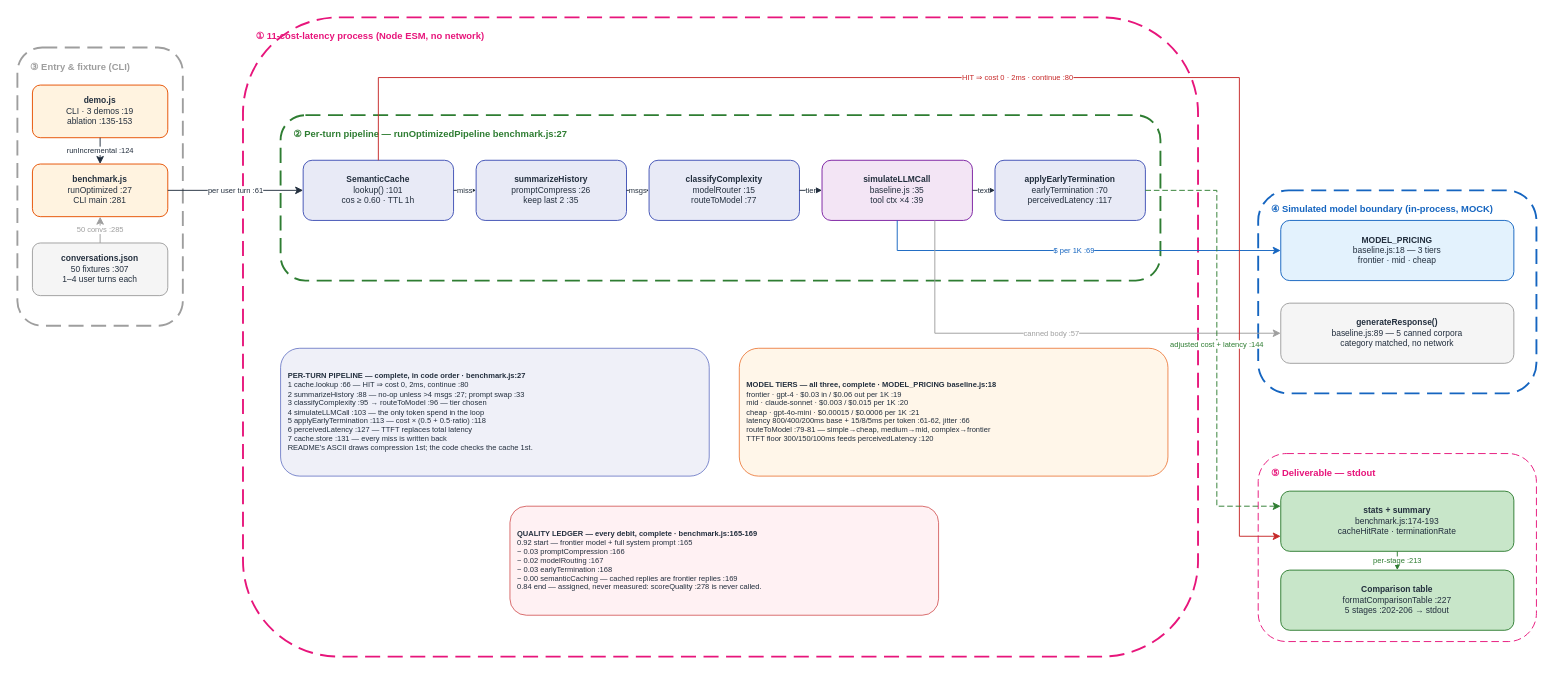
Above: docs/diagrams/cost_latency_v1/HOA_CostLatency_v1.drawio in gmaheshraju/Hands-on-AgenticAI (draw.io), before the change. Source tidied: cells renumbered, new cells numbered last; positions are measured from the earlier drawing's top-left corner, leaving out a move shared by most shapes. Both pictures are drawn from the tidied source at 94%, with x=0, y=0 at pixel (17, 17).
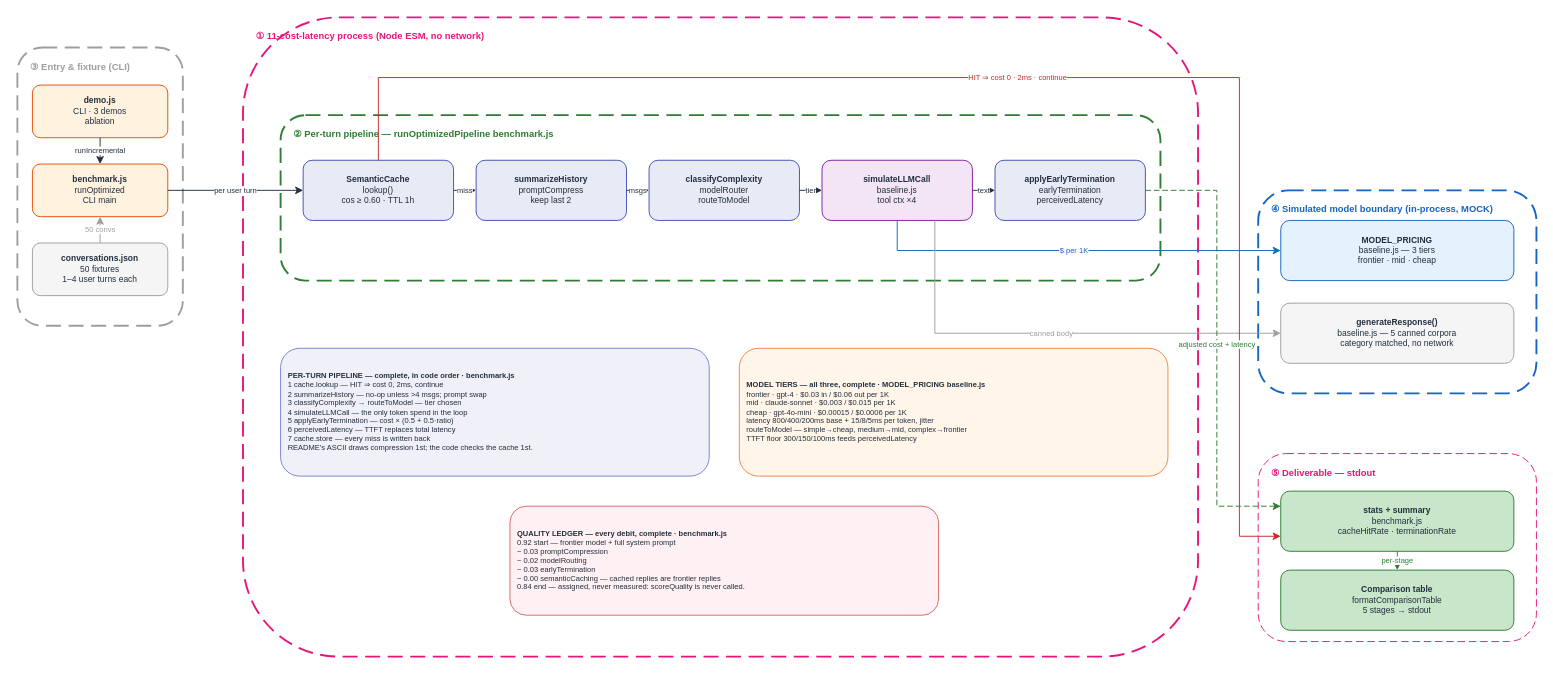
Above is the later version.

What changed in the source:
```diff
@@
-    <mxCell id="7" value="② Per-turn pipeline — runOptimizedPipeline benchmark.js:27" style="text;fontSize=10;fontStyle=1;fontColor=#2E7D32;align=left;html=1;whiteSpace=wrap;" parent="1" vertex="1">
+    <mxCell id="7" value="② Per-turn pipeline — runOptimizedPipeline benchmark.js" style="text;fontSize=10;fontStyle=1;fontColor=#2E7D32;align=left;html=1;whiteSpace=wrap;" parent="1" vertex="1">
       <mxGeometry x="292" y="112" width="920" height="16" as="geometry" />
     </mxCell>
@@
-    <mxCell id="12" value="&lt;b&gt;demo.js&lt;/b&gt;&lt;br&gt;CLI · 3 demos :19&lt;br&gt;ablation :135-153" style="rounded=1;fillColor=#FFF3E0;strokeColor=#E65100;fontSize=9;fontColor=#232F3E;html=1;whiteSpace=wrap;align=center;" parent="1" vertex="1">
+    <mxCell id="12" value="&lt;b&gt;demo.js&lt;/b&gt;&lt;br&gt;CLI · 3 demos&lt;br&gt;ablation" style="rounded=1;fillColor=#FFF3E0;strokeColor=#E65100;fontSize=9;fontColor=#232F3E;html=1;whiteSpace=wrap;align=center;" parent="1" vertex="1">
       <mxGeometry x="16" y="72" width="144" height="56" as="geometry" />
     </mxCell>
-    <mxCell id="13" value="&lt;b&gt;benchmark.js&lt;/b&gt;&lt;br&gt;runOptimized :27&lt;br&gt;CLI main :281" style="rounded=1;fillColor=#FFF3E0;strokeColor=#E65100;fontSize=9;fontColor=#232F3E;html=1;whiteSpace=wrap;align=center;" parent="1" vertex="1">
+    <mxCell id="13" value="&lt;b&gt;benchmark.js&lt;/b&gt;&lt;br&gt;runOptimized&lt;br&gt;CLI main" style="rounded=1;fillColor=#FFF3E0;strokeColor=#E65100;fontSize=9;fontColor=#232F3E;html=1;whiteSpace=wrap;align=center;" parent="1" vertex="1">
       <mxGeometry x="16" y="156" width="144" height="56" as="geometry" />
     </mxCell>
-    <mxCell id="14" value="&lt;b&gt;conversations.json&lt;/b&gt;&lt;br&gt;50 fixtures :307&lt;br&gt;1–4 user turns each" style="rounded=1;fillColor=#F5F5F5;strokeColor=#9E9E9E;fontSize=9;fontColor=#232F3E;html=1;whiteSpace=wrap;align=center;" parent="1" vertex="1">
+    <mxCell id="14" value="&lt;b&gt;conversations.json&lt;/b&gt;&lt;br&gt;50 fixtures&lt;br&gt;1–4 user turns each" style="rounded=1;fillColor=#F5F5F5;strokeColor=#9E9E9E;fontSize=9;fontColor=#232F3E;html=1;whiteSpace=wrap;align=center;" parent="1" vertex="1">
       <mxGeometry x="16" y="240" width="144" height="56" as="geometry" />
     </mxCell>
-    <mxCell id="15" value="&lt;b&gt;SemanticCache&lt;/b&gt;&lt;br&gt;lookup() :101&lt;br&gt;cos ≥ 0.60 · TTL 1h" style="rounded=1;fillColor=#E8EAF6;strokeColor=#3F51B5;fontSize=9;fontColor=#232F3E;html=1;whiteSpace=wrap;align=center;" parent="1" vertex="1">
+    <mxCell id="15" value="&lt;b&gt;SemanticCache&lt;/b&gt;&lt;br&gt;lookup()&lt;br&gt;cos ≥ 0.60 · TTL 1h" style="rounded=1;fillColor=#E8EAF6;strokeColor=#3F51B5;fontSize=9;fontColor=#232F3E;html=1;whiteSpace=wrap;align=center;" parent="1" vertex="1">
       <mxGeometry x="304" y="152" width="160" height="64" as="geometry" />
     </mxCell>
-    <mxCell id="16" value="&lt;b&gt;summarizeHistory&lt;/b&gt;&lt;br&gt;promptCompress :26&lt;br&gt;keep last 2 :35" style="rounded=1;fillColor=#E8EAF6;strokeColor=#3F51B5;fontSize=9;fontColor=#232F3E;html=1;whiteSpace=wrap;align=center;" parent="1" vertex="1">
+    <mxCell id="16" value="&lt;b&gt;summarizeHistory&lt;/b&gt;&lt;br&gt;promptCompress&lt;br&gt;keep last 2" style="rounded=1;fillColor=#E8EAF6;strokeColor=#3F51B5;fontSize=9;fontColor=#232F3E;html=1;whiteSpace=wrap;align=center;" parent="1" vertex="1">
       <mxGeometry x="488" y="152" width="160" height="64" as="geometry" />
     </mxCell>
-    <mxCell id="17" value="&lt;b&gt;classifyComplexity&lt;/b&gt;&lt;br&gt;modelRouter :15&lt;br&gt;routeToModel :77" style="rounded=1;fillColor=#E8EAF6;strokeColor=#3F51B5;fontSize=9;fontColor=#232F3E;html=1;whiteSpace=wrap;align=center;" parent="1" vertex="1">
+    <mxCell id="17" value="&lt;b&gt;classifyComplexity&lt;/b&gt;&lt;br&gt;modelRouter&lt;br&gt;routeToModel" style="rounded=1;fillColor=#E8EAF6;strokeColor=#3F51B5;fontSize=9;fontColor=#232F3E;html=1;whiteSpace=wrap;align=center;" parent="1" vertex="1">
       <mxGeometry x="672" y="152" width="160" height="64" as="geometry" />
     </mxCell>
-    <mxCell id="18" value="&lt;b&gt;simulateLLMCall&lt;/b&gt;&lt;br&gt;baseline.js :35&lt;br&gt;tool ctx ×4 :39" style="rounded=1;fillColor=#F3E5F5;strokeColor=#7B1FA2;fontSize=9;fontColor=#232F3E;html=1;whiteSpace=wrap;align=center;" parent="1" vertex="1">
+    <mxCell id="18" value="&lt;b&gt;simulateLLMCall&lt;/b&gt;&lt;br&gt;baseline.js&lt;br&gt;tool ctx ×4" style="rounded=1;fillColor=#F3E5F5;strokeColor=#7B1FA2;fontSize=9;fontColor=#232F3E;html=1;whiteSpace=wrap;align=center;" parent="1" vertex="1">
       <mxGeometry x="856" y="152" width="160" height="64" as="geometry" />
     </mxCell>
-    <mxCell id="19" value="&lt;b&gt;applyEarlyTermination&lt;/b&gt;&lt;br&gt;earlyTermination :70&lt;br&gt;perceivedLatency :117" style="rounded=1;fillColor=#E8EAF6;strokeColor=#3F51B5;fontSize=9;fontColor=#232F3E;html=1;whiteSpace=wrap;align=center;" parent="1" vertex="1">
+    <mxCell id="19" value="&lt;b&gt;applyEarlyTermination&lt;/b&gt;&lt;br&gt;earlyTermination&lt;br&gt;perceivedLatency" style="rounded=1;fillColor=#E8EAF6;strokeColor=#3F51B5;fontSize=9;fontColor=#232F3E;html=1;whiteSpace=wrap;align=center;" parent="1" vertex="1">
       <mxGeometry x="1040" y="152" width="160" height="64" as="geometry" />
     </mxCell>
-    <mxCell id="20" value="&lt;b&gt;MODEL_PRICING&lt;/b&gt;&lt;br&gt;baseline.js:18 — 3 tiers&lt;br&gt;frontier · mid · cheap" style="rounded=1;fillColor=#E3F2FD;strokeColor=#1565C0;fontSize=9;fontColor=#232F3E;html=1;whiteSpace=wrap;align=center;" parent="1" vertex="1">
+    <mxCell id="20" value="&lt;b&gt;MODEL_PRICING&lt;/b&gt;&lt;br&gt;baseline.js — 3 tiers&lt;br&gt;frontier · mid · cheap" style="rounded=1;fillColor=#E3F2FD;strokeColor=#1565C0;fontSize=9;fontColor=#232F3E;html=1;whiteSpace=wrap;align=center;" parent="1" vertex="1">
       <mxGeometry x="1344" y="216" width="248" height="64" as="geometry" />
     </mxCell>
-    <mxCell id="21" value="&lt;b&gt;generateResponse()&lt;/b&gt;&lt;br&gt;baseline.js:89 — 5 canned corpora&lt;br&gt;category matched, no network" style="rounded=1;fillColor=#F5F5F5;strokeColor=#9E9E9E;fontSize=9;fontColor=#232F3E;html=1;whiteSpace=wrap;align=center;" parent="1" vertex="1">
+    <mxCell id="21" value="&lt;b&gt;generateResponse()&lt;/b&gt;&lt;br&gt;baseline.js — 5 canned corpora&lt;br&gt;category matched, no network" style="rounded=1;fillColor=#F5F5F5;strokeColor=#9E9E9E;fontSize=9;fontColor=#232F3E;html=1;whiteSpace=wrap;align=center;" parent="1" vertex="1">
       <mxGeometry x="1344" y="304" width="248" height="64" as="geometry" />
     </mxCell>
-    <mxCell id="22" value="&lt;b&gt;stats + summary&lt;/b&gt;&lt;br&gt;benchmark.js:174-193&lt;br&gt;cacheHitRate · terminationRate" style="rounded=1;fillColor=#C8E6C9;strokeColor=#2E7D32;fontSize=9;fontColor=#232F3E;html=1;whiteSpace=wrap;align=center;" parent="1" vertex="1">
+    <mxCell id="22" value="&lt;b&gt;stats + summary&lt;/b&gt;&lt;br&gt;benchmark.js&lt;br&gt;cacheHitRate · terminationRate" style="rounded=1;fillColor=#C8E6C9;strokeColor=#2E7D32;fontSize=9;fontColor=#232F3E;html=1;whiteSpace=wrap;align=center;" parent="1" vertex="1">
       <mxGeometry x="1344" y="504" width="248" height="64" as="geometry" />
     </mxCell>
-    <mxCell id="23" value="&lt;b&gt;Comparison table&lt;/b&gt;&lt;br&gt;formatComparisonTable :227&lt;br&gt;5 stages :202-206 → stdout" style="rounded=1;fillColor=#C8E6C9;strokeColor=#2E7D32;fontSize=9;fontColor=#232F3E;html=1;whiteSpace=wrap;align=center;" parent="1" vertex="1">
+    <mxCell id="23" value="&lt;b&gt;Comparison table&lt;/b&gt;&lt;br&gt;formatComparisonTable&lt;br&gt;5 stages → stdout" style="rounded=1;fillColor=#C8E6C9;strokeColor=#2E7D32;fontSize=9;fontColor=#232F3E;html=1;whiteSpace=wrap;align=center;" parent="1" vertex="1">
       <mxGeometry x="1344" y="588" width="248" height="64" as="geometry" />
     </mxCell>
-    <mxCell id="24" value="&lt;b&gt;PER-TURN PIPELINE — complete, in code order · benchmark.js:27&lt;/b&gt;&lt;br&gt;1 cache.lookup :66 — HIT ⇒ cost 0, 2ms, continue :80&lt;br&gt;2 summarizeHistory :88 — no-op unless &amp;gt;4 msgs :27; prompt swap :33&lt;br&gt;3 classifyComplexity :95 → routeToModel :96 — tier chosen&lt;br&gt;4 simulateLLMCall :103 — the only token spend in the loop&lt;br&gt;5 applyEarlyTermination :113 — cost × (0.5 + 0.5·ratio) :118&lt;br&gt;6 perceivedLatency :127 — TTFT replaces total latency&lt;br&gt;7 cache.store :131 — every miss is written back&lt;br&gt;README's ASCII draws compression 1st; the code checks the cache 1st." style="rounded=1;fillColor=#E8EAF6;strokeColor=#3F51B5;fontSize=8;fontColor=#232F3E;html=1;whiteSpace=wrap;align=left;spacingLeft=6;opacity=70;" parent="1" vertex="1">
+    <mxCell id="24" value="&lt;b&gt;PER-TURN PIPELINE — complete, in code order · benchmark.js&lt;/b&gt;&lt;br&gt;1 cache.lookup — HIT ⇒ cost 0, 2ms, continue&lt;br&gt;2 summarizeHistory — no-op unless &amp;gt;4 msgs; prompt swap&lt;br&gt;3 classifyComplexity → routeToModel — tier chosen&lt;br&gt;4 simulateLLMCall — the only token spend in the loop&lt;br&gt;5 applyEarlyTermination — cost × (0.5 + 0.5·ratio)&lt;br&gt;6 perceivedLatency — TTFT replaces total latency&lt;br&gt;7 cache.store — every miss is written back&lt;br&gt;README's ASCII draws compression 1st; the code checks the cache 1st." style="rounded=1;fillColor=#E8EAF6;strokeColor=#3F51B5;fontSize=8;fontColor=#232F3E;html=1;whiteSpace=wrap;align=left;spacingLeft=6;opacity=70;" parent="1" vertex="1">
       <mxGeometry x="280" y="352" width="456" height="136" as="geometry" />
     </mxCell>
-    <mxCell id="25" value="&lt;b&gt;MODEL TIERS — all three, complete · MODEL_PRICING baseline.js:18&lt;/b&gt;&lt;br&gt;frontier · gpt-4 · $0.03 in / $0.06 out per 1K :19&lt;br&gt;mid · claude-sonnet · $0.003 / $0.015 per 1K :20&lt;br&gt;cheap · gpt-4o-mini · $0.00015 / $0.0006 per 1K :21&lt;br&gt;latency 800/400/200ms base + 15/8/5ms per token :61-62, jitter :66&lt;br&gt;routeToModel :79-81 — simple→cheap, medium→mid, complex→frontier&lt;br&gt;TTFT floor 300/150/100ms feeds perceivedLatency :120" style="rounded=1;fillColor=#FFF3E0;strokeColor=#E65100;fontSize=8;fontColor=#232F3E;html=1;whiteSpace=wrap;align=left;spacingLeft=6;opacity=70;" parent="1" vertex="1">
+    <mxCell id="25" value="&lt;b&gt;MODEL TIERS — all three, complete · MODEL_PRICING baseline.js&lt;/b&gt;&lt;br&gt;frontier · gpt-4 · $0.03 in / $0.06 out per 1K&lt;br&gt;mid · claude-sonnet · $0.003 / $0.015 per 1K&lt;br&gt;cheap · gpt-4o-mini · $0.00015 / $0.0006 per 1K&lt;br&gt;latency 800/400/200ms base + 15/8/5ms per token, jitter&lt;br&gt;routeToModel — simple→cheap, medium→mid, complex→frontier&lt;br&gt;TTFT floor 300/150/100ms feeds perceivedLatency" style="rounded=1;fillColor=#FFF3E0;strokeColor=#E65100;fontSize=8;fontColor=#232F3E;html=1;whiteSpace=wrap;align=left;spacingLeft=6;opacity=70;" parent="1" vertex="1">
       <mxGeometry x="768" y="352" width="456" height="136" as="geometry" />
     </mxCell>
-    <mxCell id="26" value="&lt;b&gt;QUALITY LEDGER — every debit, complete · benchmark.js:165-169&lt;/b&gt;&lt;br&gt;0.92 start — frontier model + full system prompt :165&lt;br&gt;− 0.03 promptCompression :166&lt;br&gt;− 0.02 modelRouting :167&lt;br&gt;− 0.03 earlyTermination :168&lt;br&gt;− 0.00 semanticCaching — cached replies are frontier replies :169&lt;br&gt;0.84 end — assigned, never measured: scoreQuality :278 is never called." style="rounded=1;fillColor=#FFEBEE;strokeColor=#C62828;fontSize=8;fontColor=#232F3E;html=1;whiteSpace=wrap;align=left;spacingLeft=6;opacity=70;" parent="1" vertex="1">
+    <mxCell id="26" value="&lt;b&gt;QUALITY LEDGER — every debit, complete · benchmark.js&lt;/b&gt;&lt;br&gt;0.92 start — frontier model + full system prompt&lt;br&gt;− 0.03 promptCompression&lt;br&gt;− 0.02 modelRouting&lt;br&gt;− 0.03 earlyTermination&lt;br&gt;− 0.00 semanticCaching — cached replies are frontier replies&lt;br&gt;0.84 end — assigned, never measured: scoreQuality is never called." style="rounded=1;fillColor=#FFEBEE;strokeColor=#C62828;fontSize=8;fontColor=#232F3E;html=1;whiteSpace=wrap;align=left;spacingLeft=6;opacity=70;" parent="1" vertex="1">
       <mxGeometry x="524" y="520" width="456" height="116" as="geometry" />
     </mxCell>
-    <mxCell id="27" value="runIncremental :124" style="edgeStyle=orthogonalEdgeStyle;rounded=0;html=1;strokeColor=#232F3E;fontColor=#232F3E;fontSize=8;exitX=0.5;exitY=1;exitDx=0;exitDy=0;entryX=0.5;entryY=0;entryDx=0;entryDy=0;" parent="1" edge="1" source="12" target="13">
+    <mxCell id="27" value="runIncremental" style="edgeStyle=orthogonalEdgeStyle;rounded=0;html=1;strokeColor=#232F3E;fontColor=#232F3E;fontSize=8;exitX=0.5;exitY=1;exitDx=0;exitDy=0;entryX=0.5;entryY=0;entryDx=0;entryDy=0;" parent="1" edge="1" source="12" target="13">
       <mxGeometry relative="1" as="geometry" />
     </mxCell>
-    <mxCell id="28" value="50 convs :285" style="edgeStyle=orthogonalEdgeStyle;rounded=0;html=1;strokeColor=#9E9E9E;fontColor=#9E9E9E;fontSize=8;exitX=0.5;exitY=0;exitDx=0;exitDy=0;entryX=0.5;entryY=1;entryDx=0;entryDy=0;" parent="1" edge="1" source="14" target="13">
+    <mxCell id="28" value="50 convs" style="edgeStyle=orthogonalEdgeStyle;rounded=0;html=1;strokeColor=#9E9E9E;fontColor=#9E9E9E;fontSize=8;exitX=0.5;exitY=0;exitDx=0;exitDy=0;entryX=0.5;entryY=1;entryDx=0;entryDy=0;" parent="1" edge="1" source="14" target="13">
       <mxGeometry relative="1" as="geometry" />
     </mxCell>
-    <mxCell id="29" value="per user turn :61" style="edgeStyle=orthogonalEdgeStyle;rounded=0;html=1;strokeColor=#232F3E;fontColor=#232F3E;fontSize=8;exitX=1;exitY=0.5;exitDx=0;exitDy=0;entryX=0;entryY=0.5;entryDx=0;entryDy=0;" parent="1" edge="1" source="13" target="15">
+    <mxCell id="29" value="per user turn" style="edgeStyle=orthogonalEdgeStyle;rounded=0;html=1;strokeColor=#232F3E;fontColor=#232F3E;fontSize=8;exitX=1;exitY=0.5;exitDx=0;exitDy=0;entryX=0;entryY=0.5;entryDx=0;entryDy=0;" parent="1" edge="1" source="13" target="15">
       <mxGeometry relative="1" as="geometry" />
     </mxCell>
@@
-    <mxCell id="34" value="$ per 1K :69" style="edgeStyle=orthogonalEdgeStyle;rounded=0;html=1;strokeColor=#1565C0;fontColor=#1565C0;fontSize=8;exitX=0.5;exitY=1;exitDx=0;exitDy=0;entryX=0;entryY=0.5;entryDx=0;entryDy=0;" parent="1" edge="1" source="18" target="20">
+    <mxCell id="34" value="$ per 1K" style="edgeStyle=orthogonalEdgeStyle;rounded=0;html=1;strokeColor=#1565C0;fontColor=#1565C0;fontSize=8;exitX=0.5;exitY=1;exitDx=0;exitDy=0;entryX=0;entryY=0.5;entryDx=0;entryDy=0;" parent="1" edge="1" source="18" target="20">
       <mxGeometry relative="1" as="geometry">
         <Array as="points">
           <mxPoint x="936" y="248" />
         </Array>
       </mxGeometry>
     </mxCell>
-    <mxCell id="35" value="canned body :57" style="edgeStyle=orthogonalEdgeStyle;rounded=0;html=1;strokeColor=#9E9E9E;fontColor=#9E9E9E;fontSize=8;exitX=0.75;exitY=1;exitDx=0;exitDy=0;entryX=0;entryY=0.5;entryDx=0;entryDy=0;" parent="1" edge="1" source="18" target="21">
+    <mxCell id="35" value="canned body" style="edgeStyle=orthogonalEdgeStyle;rounded=0;html=1;strokeColor=#9E9E9E;fontColor=#9E9E9E;fontSize=8;exitX=0.75;exitY=1;exitDx=0;exitDy=0;entryX=0;entryY=0.5;entryDx=0;entryDy=0;" parent="1" edge="1" source="18" target="21">
       <mxGeometry relative="1" as="geometry">
         <Array as="points">
           <mxPoint x="976" y="336" />
         </Array>
       </mxGeometry>
     </mxCell>
-    <mxCell id="36" value="HIT ⇒ cost 0 · 2ms · continue :80" style="edgeStyle=orthogonalEdgeStyle;rounded=0;html=1;strokeColor=#C62828;fontColor=#C62828;fontSize=8;exitX=0.5;exitY=0;exitDx=0;exitDy=0;entryX=0;entryY=0.75;entryDx=0;entryDy=0;" parent="1" edge="1" source="15" target="22">
+    <mxCell id="36" value="HIT ⇒ cost 0 · 2ms · continue" style="edgeStyle=orthogonalEdgeStyle;rounded=0;html=1;strokeColor=#C62828;fontColor=#C62828;fontSize=8;exitX=0.5;exitY=0;exitDx=0;exitDy=0;entryX=0;entryY=0.75;entryDx=0;entryDy=0;" parent="1" edge="1" source="15" target="22">
       <mxGeometry relative="1" as="geometry">
         <Array as="points">
           <mxPoint x="384" y="64" />
           <mxPoint x="1300" y="64" />
           <mxPoint x="1300" y="552" />
         </Array>
       </mxGeometry>
     </mxCell>
-    <mxCell id="37" value="adjusted cost + latency :144" style="edgeStyle=orthogonalEdgeStyle;rounded=0;html=1;strokeColor=#2E7D32;fontColor=#2E7D32;fontSize=8;exitX=1;exitY=0.5;exitDx=0;exitDy=0;entryX=0;entryY=0.25;entryDx=0;entryDy=0;dashed=1;dashPattern=6 3;" parent="1" edge="1" source="19" target="22">
+    <mxCell id="37" value="adjusted cost + latency" style="edgeStyle=orthogonalEdgeStyle;rounded=0;html=1;strokeColor=#2E7D32;fontColor=#2E7D32;fontSize=8;exitX=1;exitY=0.5;exitDx=0;exitDy=0;entryX=0;entryY=0.25;entryDx=0;entryDy=0;dashed=1;dashPattern=6 3;" parent="1" edge="1" source="19" target="22">
       <mxGeometry relative="1" as="geometry">
         <Array as="points">
           <mxPoint x="1276" y="184" />
           <mxPoint x="1276" y="520" />
         </Array>
       </mxGeometry>
     </mxCell>
-    <mxCell id="38" value="per-stage :213" style="edgeStyle=orthogonalEdgeStyle;rounded=0;html=1;strokeColor=#2E7D32;fontColor=#2E7D32;fontSize=8;exitX=0.5;exitY=1;exitDx=0;exitDy=0;entryX=0.5;entryY=0;entryDx=0;entryDy=0;dashed=1;dashPattern=6 3;" parent="1" edge="1" source="22" target="23">
+    <mxCell id="38" value="per-stage" style="edgeStyle=orthogonalEdgeStyle;rounded=0;html=1;strokeColor=#2E7D32;fontColor=#2E7D32;fontSize=8;exitX=0.5;exitY=1;exitDx=0;exitDy=0;entryX=0.5;entryY=0;entryDx=0;entryDy=0;dashed=1;dashPattern=6 3;" parent="1" edge="1" source="22" target="23">
       <mxGeometry relative="1" as="geometry" />
     </mxCell>
```
